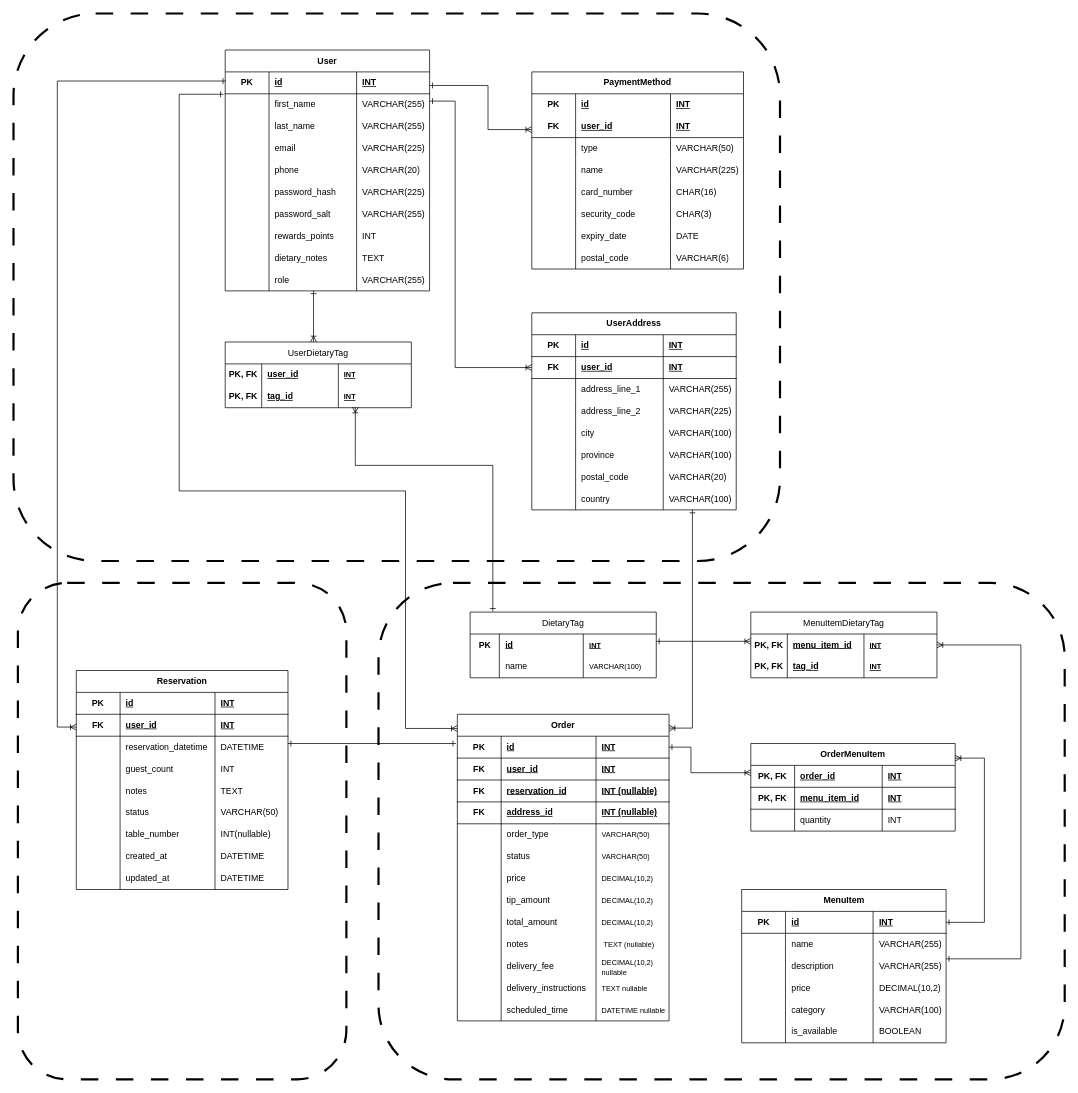
Web-Development-UAlberta/exsm-3951-exsm-3943-spring-2025-python-c-project-team-restaurant-c keeps this draw.io diagram as page "Version 3" (1 of 3) of docs/ERD.drawio. Above is the earlier version. Source tidied: cells renumbered, new cells numbered last; positions are measured from the earlier drawing's top-left corner, leaving out a move shared by most shapes. Both pictures are drawn from the tidied source at 73%, with x=0, y=0 at pixel (13, 13).
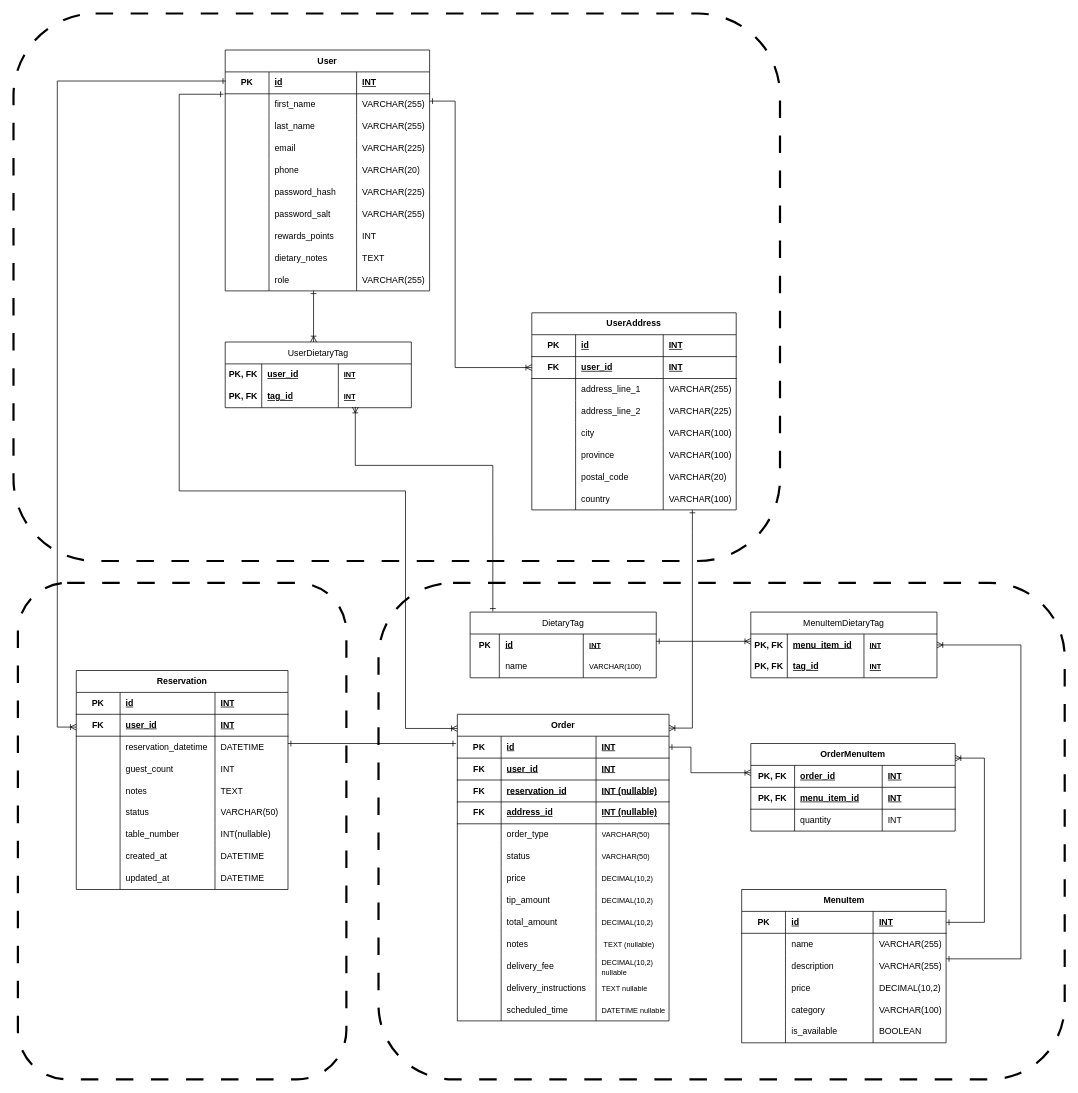
After the change.

Diff of the diagram source:
```diff
@@
-    <mxCell id="32" value="PaymentMethod" style="shape=table;startSize=30;childLayout=tableLayout;rowLines=0;fontStyle=1;align=center;html=1;whiteSpace=wrap;" parent="1" vertex="1">
-      <mxGeometry x="710" y="80" width="290" height="270" as="geometry" />
-    </mxCell>
-    <mxCell id="33" style="shape=tableRow;horizontal=0;startSize=0;swimlaneHead=0;swimlaneBody=0;fillColor=none;top=0;left=0;right=0;bottom=0;html=1;" parent="32" vertex="1">
-      <mxGeometry y="30" width="290" height="30" as="geometry" />
-    </mxCell>
-    <mxCell id="34" value="PK" style="shape=partialRectangle;fillColor=none;top=0;left=0;bottom=0;right=0;fontStyle=1;overflow=hidden;html=1;whiteSpace=wrap;" parent="33" vertex="1">
-      <mxGeometry width="60" height="30" as="geometry" />
-    </mxCell>
-    <mxCell id="35" value="id" style="shape=partialRectangle;fillColor=none;top=0;left=0;bottom=0;right=0;align=left;spacingLeft=6;fontStyle=5;overflow=hidden;html=1;whiteSpace=wrap;" parent="33" vertex="1">
-      <mxGeometry x="60" width="130" height="30" as="geometry" />
-    </mxCell>
-    <mxCell id="36" value="INT" style="shape=partialRectangle;fillColor=none;top=0;left=0;bottom=0;right=0;align=left;spacingLeft=6;fontStyle=5;overflow=hidden;html=1;whiteSpace=wrap;" parent="33" vertex="1">
-      <mxGeometry x="190" width="100" height="30" as="geometry" />
-    </mxCell>
-    <mxCell id="37" style="shape=tableRow;horizontal=0;startSize=0;swimlaneHead=0;swimlaneBody=0;fillColor=none;points=[[0,0.5],[1,0.5]];portConstraint=eastwest;top=0;left=0;right=0;bottom=1;html=1;" parent="32" vertex="1">
-      <mxGeometry y="60" width="290" height="30" as="geometry" />
-    </mxCell>
-    <mxCell id="38" value="FK" style="shape=partialRectangle;fillColor=none;top=0;left=0;bottom=0;right=0;fontStyle=1;overflow=hidden;html=1;whiteSpace=wrap;" parent="37" vertex="1">
-      <mxGeometry width="60" height="30" as="geometry" />
-    </mxCell>
-    <mxCell id="39" value="user_id" style="shape=partialRectangle;fillColor=none;top=0;left=0;bottom=0;right=0;align=left;spacingLeft=6;fontStyle=5;overflow=hidden;html=1;whiteSpace=wrap;" parent="37" vertex="1">
-      <mxGeometry x="60" width="130" height="30" as="geometry" />
-    </mxCell>
-    <mxCell id="40" value="INT" style="shape=partialRectangle;fillColor=none;top=0;left=0;bottom=0;right=0;align=left;spacingLeft=6;fontStyle=5;overflow=hidden;html=1;whiteSpace=wrap;" parent="37" vertex="1">
-      <mxGeometry x="190" width="100" height="30" as="geometry" />
-    </mxCell>
-    <mxCell id="41" style="shape=tableRow;horizontal=0;startSize=0;swimlaneHead=0;swimlaneBody=0;fillColor=none;top=0;left=0;right=0;bottom=0;html=1;" parent="32" vertex="1">
-      <mxGeometry y="90" width="290" height="30" as="geometry" />
-    </mxCell>
-    <mxCell id="42" style="shape=partialRectangle;fillColor=none;top=0;left=0;bottom=0;right=0;overflow=hidden;html=1;whiteSpace=wrap;" parent="41" vertex="1">
-      <mxGeometry width="60" height="30" as="geometry" />
-    </mxCell>
-    <mxCell id="43" value="type" style="shape=partialRectangle;fillColor=none;top=0;left=0;bottom=0;right=0;align=left;spacingLeft=6;overflow=hidden;html=1;whiteSpace=wrap;" parent="41" vertex="1">
-      <mxGeometry x="60" width="130" height="30" as="geometry" />
-    </mxCell>
-    <mxCell id="44" value="VARCHAR(50)" style="shape=partialRectangle;fillColor=none;top=0;left=0;bottom=0;right=0;align=left;spacingLeft=6;overflow=hidden;html=1;whiteSpace=wrap;" parent="41" vertex="1">
-      <mxGeometry x="190" width="100" height="30" as="geometry" />
-    </mxCell>
-    <mxCell id="45" style="shape=tableRow;horizontal=0;startSize=0;swimlaneHead=0;swimlaneBody=0;fillColor=none;top=0;left=0;right=0;bottom=0;html=1;" parent="32" vertex="1">
-      <mxGeometry y="120" width="290" height="30" as="geometry" />
-    </mxCell>
-    <mxCell id="46" style="shape=partialRectangle;fillColor=none;top=0;left=0;bottom=0;right=0;overflow=hidden;html=1;whiteSpace=wrap;" parent="45" vertex="1">
-      <mxGeometry width="60" height="30" as="geometry" />
-    </mxCell>
-    <mxCell id="47" value="name" style="shape=partialRectangle;fillColor=none;top=0;left=0;bottom=0;right=0;align=left;spacingLeft=6;overflow=hidden;html=1;whiteSpace=wrap;" parent="45" vertex="1">
-      <mxGeometry x="60" width="130" height="30" as="geometry" />
-    </mxCell>
-    <mxCell id="48" value="VARCHAR(225)" style="shape=partialRectangle;fillColor=none;top=0;left=0;bottom=0;right=0;align=left;spacingLeft=6;overflow=hidden;html=1;whiteSpace=wrap;" parent="45" vertex="1">
-      <mxGeometry x="190" width="100" height="30" as="geometry" />
-    </mxCell>
-    <mxCell id="49" style="shape=tableRow;horizontal=0;startSize=0;swimlaneHead=0;swimlaneBody=0;fillColor=none;top=0;left=0;right=0;bottom=0;html=1;" parent="32" vertex="1">
-      <mxGeometry y="150" width="290" height="30" as="geometry" />
-    </mxCell>
-    <mxCell id="50" style="shape=partialRectangle;fillColor=none;top=0;left=0;bottom=0;right=0;overflow=hidden;html=1;whiteSpace=wrap;" parent="49" vertex="1">
-      <mxGeometry width="60" height="30" as="geometry" />
-    </mxCell>
-    <mxCell id="51" value="card_number" style="shape=partialRectangle;fillColor=none;top=0;left=0;bottom=0;right=0;align=left;spacingLeft=6;overflow=hidden;html=1;whiteSpace=wrap;" parent="49" vertex="1">
-      <mxGeometry x="60" width="130" height="30" as="geometry" />
-    </mxCell>
-    <mxCell id="52" value="CHAR(16)" style="shape=partialRectangle;fillColor=none;top=0;left=0;bottom=0;right=0;align=left;spacingLeft=6;overflow=hidden;html=1;whiteSpace=wrap;" parent="49" vertex="1">
-      <mxGeometry x="190" width="100" height="30" as="geometry" />
-    </mxCell>
-    <mxCell id="53" style="shape=tableRow;horizontal=0;startSize=0;swimlaneHead=0;swimlaneBody=0;fillColor=none;top=0;left=0;right=0;bottom=0;html=1;" parent="32" vertex="1">
-      <mxGeometry y="180" width="290" height="30" as="geometry" />
-    </mxCell>
-    <mxCell id="54" style="shape=partialRectangle;fillColor=none;top=0;left=0;bottom=0;right=0;overflow=hidden;html=1;whiteSpace=wrap;" parent="53" vertex="1">
-      <mxGeometry width="60" height="30" as="geometry" />
-    </mxCell>
-    <mxCell id="55" value="security_code" style="shape=partialRectangle;fillColor=none;top=0;left=0;bottom=0;right=0;align=left;spacingLeft=6;overflow=hidden;html=1;whiteSpace=wrap;" parent="53" vertex="1">
-      <mxGeometry x="60" width="130" height="30" as="geometry" />
-    </mxCell>
-    <mxCell id="56" value="CHAR(3)" style="shape=partialRectangle;fillColor=none;top=0;left=0;bottom=0;right=0;align=left;spacingLeft=6;overflow=hidden;html=1;whiteSpace=wrap;" parent="53" vertex="1">
-      <mxGeometry x="190" width="100" height="30" as="geometry" />
-    </mxCell>
-    <mxCell id="57" style="shape=tableRow;horizontal=0;startSize=0;swimlaneHead=0;swimlaneBody=0;fillColor=none;top=0;left=0;right=0;bottom=0;html=1;" parent="32" vertex="1">
-      <mxGeometry y="210" width="290" height="30" as="geometry" />
-    </mxCell>
-    <mxCell id="58" style="shape=partialRectangle;fillColor=none;top=0;left=0;bottom=0;right=0;overflow=hidden;html=1;whiteSpace=wrap;" parent="57" vertex="1">
-      <mxGeometry width="60" height="30" as="geometry" />
-    </mxCell>
-    <mxCell id="59" value="expiry_date" style="shape=partialRectangle;fillColor=none;top=0;left=0;bottom=0;right=0;align=left;spacingLeft=6;overflow=hidden;html=1;whiteSpace=wrap;" parent="57" vertex="1">
-      <mxGeometry x="60" width="130" height="30" as="geometry" />
-    </mxCell>
-    <mxCell id="60" value="DATE" style="shape=partialRectangle;fillColor=none;top=0;left=0;bottom=0;right=0;align=left;spacingLeft=6;overflow=hidden;html=1;whiteSpace=wrap;" parent="57" vertex="1">
-      <mxGeometry x="190" width="100" height="30" as="geometry" />
-    </mxCell>
-    <mxCell id="61" style="shape=tableRow;horizontal=0;startSize=0;swimlaneHead=0;swimlaneBody=0;fillColor=none;top=0;left=0;right=0;bottom=0;html=1;" parent="32" vertex="1">
-      <mxGeometry y="240" width="290" height="30" as="geometry" />
-    </mxCell>
-    <mxCell id="62" style="shape=partialRectangle;fillColor=none;top=0;left=0;bottom=0;right=0;overflow=hidden;html=1;whiteSpace=wrap;" parent="61" vertex="1">
-      <mxGeometry width="60" height="30" as="geometry" />
-    </mxCell>
-    <mxCell id="63" value="postal_code" style="shape=partialRectangle;fillColor=none;top=0;left=0;bottom=0;right=0;align=left;spacingLeft=6;overflow=hidden;html=1;whiteSpace=wrap;" parent="61" vertex="1">
-      <mxGeometry x="60" width="130" height="30" as="geometry" />
-    </mxCell>
-    <mxCell id="64" value="VARCHAR(6)" style="shape=partialRectangle;fillColor=none;top=0;left=0;bottom=0;right=0;align=left;spacingLeft=6;overflow=hidden;html=1;whiteSpace=wrap;" parent="61" vertex="1">
-      <mxGeometry x="190" width="100" height="30" as="geometry" />
-    </mxCell>
@@
-    <mxCell id="272" style="edgeStyle=orthogonalEdgeStyle;rounded=0;jettySize=auto;html=1;exitX=0.99;exitY=0.787;exitDx=0;exitDy=0;startArrow=ERone;startFill=0;endArrow=ERoneToMany;endFill=0;exitPerimeter=0;" parent="1" edge="1" target="37">
-      <mxGeometry relative="1" as="geometry">
-        <mxPoint x="570" y="98.6" as="sourcePoint" />
-        <Array as="points">
-          <mxPoint x="650" y="99" />
-          <mxPoint x="650" y="159" />
-        </Array>
-      </mxGeometry>
-    </mxCell>
```
